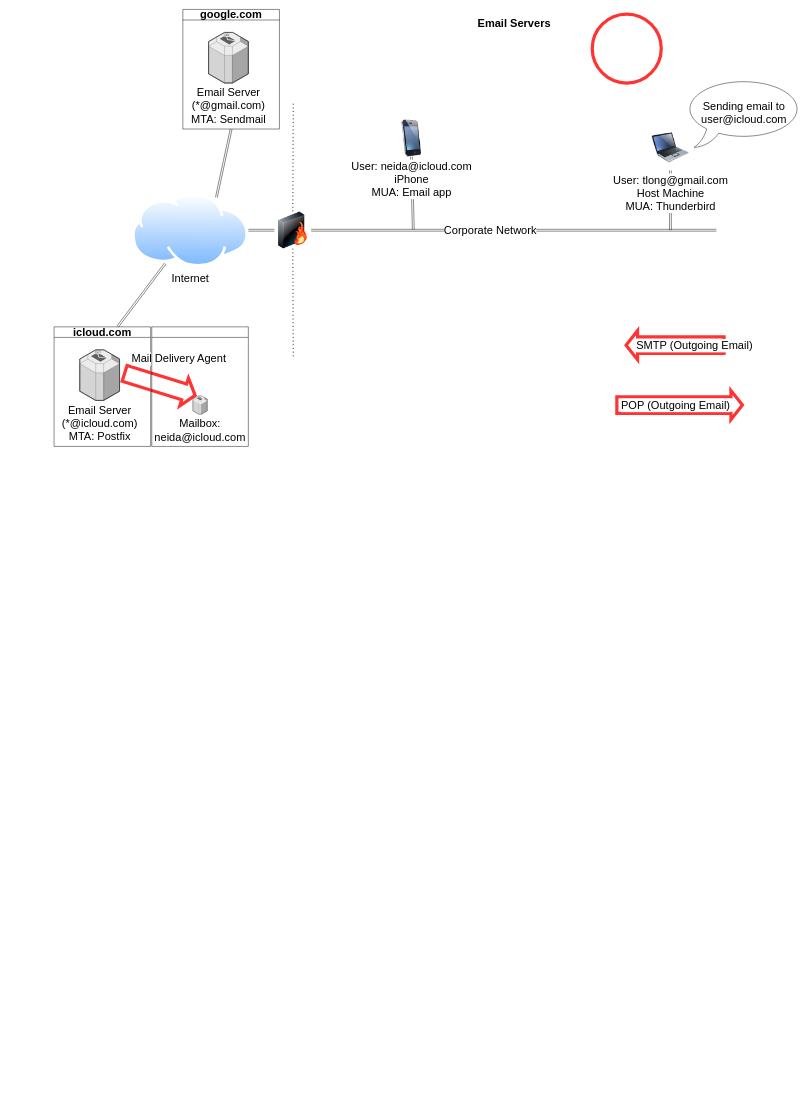
Above: General_Email_Topology.drawio in hypercoyote/tdx (draw.io), before the change. Source tidied: cells renumbered, new cells numbered last; positions are measured from the earlier drawing's top-left corner, leaving out a move shared by most shapes. Both pictures are drawn from the tidied source at 46%, with x=0, y=0 at pixel (54, 9).
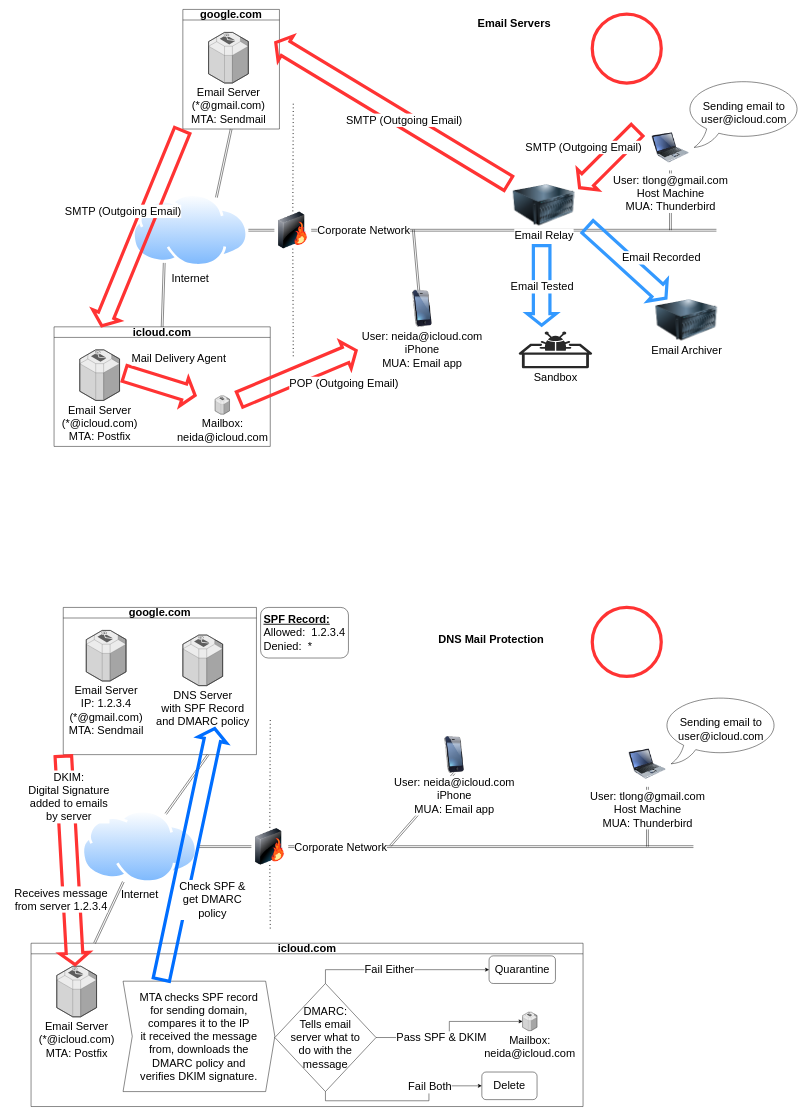
Above is the later version.

Unchanged cells that the change refers to:
```xml
<mxCell id="4" style="shape=link;html=1;rounded=0;exitX=1;exitY=0.5;exitDx=0;exitDy=0;fontSize=24;labelBackgroundColor=none;" parent="1" edge="1">
  <mxGeometry relative="1" as="geometry">
    <mxPoint x="559" y="480" as="sourcePoint" />
    <mxPoint x="1440" y="480" as="targetPoint" />
  </mxGeometry>
</mxCell>
<mxCell id="7" value="Internet" style="image;perimeter=ellipsePerimeter;html=1;align=center;shadow=0;dashed=0;spacingTop=3;image=img/lib/active_directory/internet_cloud.svg;fontSize=24;fontColor=default;labelBackgroundColor=none;" parent="1" vertex="1">
  <mxGeometry x="170" y="400.5" width="252.4" height="159" as="geometry" />
</mxCell>
<mxCell id="16" value="&lt;font style=&quot;font-size: 24px;&quot;&gt;google.com&lt;/font&gt;" style="swimlane;whiteSpace=wrap;html=1;" parent="1" vertex="1">
  <mxGeometry x="280" width="210" height="260" as="geometry" />
</mxCell>
```

Change to the diagram source:
```diff
@@
     <mxCell id="5" value="Corporate Network" style="edgeLabel;html=1;align=center;verticalAlign=middle;fontSize=24;" parent="4" vertex="1">
-      <mxGeometry x="-0.12" y="1" relative="1" as="geometry" />
+      <mxGeometry x="-0.12" y="1" relative="1" as="geometry">
+        <mxPoint x="-275" y="1" as="offset" />
+      </mxGeometry>
     </mxCell>
@@
     <mxCell id="14" style="shape=flexArrow;endArrow=classic;html=1;rounded=0;strokeColor=#FF3333;fillColor=none;strokeWidth=7;fontSize=24;width=30;" parent="1" edge="1">
       <mxGeometry relative="1" as="geometry">
-        <mxPoint x="1460" y="730" as="sourcePoint" />
-        <mxPoint x="1240" y="730" as="targetPoint" />
+        <mxPoint x="1270" y="260" as="sourcePoint" />
+        <mxPoint x="1140" y="390" as="targetPoint" />
       </mxGeometry>
     </mxCell>
     <mxCell id="15" value="SMTP (Outgoing Email)" style="edgeLabel;html=1;align=center;verticalAlign=middle;fontSize=24;" parent="14" vertex="1">
       <mxGeometry x="-0.56" y="-3" relative="1" as="geometry">
-        <mxPoint x="-21" y="3" as="offset" />
+        <mxPoint x="-89" y="13" as="offset" />
       </mxGeometry>
     </mxCell>
@@
     <mxCell id="20" value="&lt;font style=&quot;font-size: 24px;&quot;&gt;icloud.com&lt;/font&gt;" style="swimlane;whiteSpace=wrap;html=1;" parent="1" vertex="1">
-      <mxGeometry y="690" width="210" height="260" as="geometry" />
+      <mxGeometry y="690" width="470" height="260" as="geometry" />
     </mxCell>
@@
-    <mxCell id="22" style="shape=flexArrow;endArrow=classic;html=1;rounded=0;strokeColor=#FF3333;fillColor=none;strokeWidth=7;fontSize=24;width=30;entryX=0.265;entryY=0;entryDx=0;entryDy=0;entryPerimeter=0;" parent="20" edge="1" target="29">
+    <mxCell id="22" style="shape=flexArrow;endArrow=classic;html=1;rounded=0;strokeColor=#FF3333;fillColor=none;strokeWidth=7;fontSize=24;width=30;entryX=0.265;entryY=0;entryDx=0;entryDy=0;entryPerimeter=0;" parent="20" edge="1">
       <mxGeometry relative="1" as="geometry">
         <mxPoint x="150" y="100" as="sourcePoint" />
+        <mxPoint x="310" y="150" as="targetPoint" />
       </mxGeometry>
     </mxCell>
@@
+    <mxCell id="30" value="Mailbox:&lt;br&gt;neida@icloud.com" style="verticalLabelPosition=bottom;html=1;verticalAlign=top;strokeWidth=1;align=center;dashed=0;shape=mxgraph.aws3d.email_service;fillColor=#ECECEC;strokeColor=#5E5E5E;fontSize=24;" parent="20" vertex="1">
+      <mxGeometry x="350" y="150" width="31.5" height="40" as="geometry" />
+    </mxCell>
-    <mxCell id="24" style="shape=link;html=1;rounded=0;fontSize=24;labelBackgroundColor=none;entryX=0.75;entryY=0;entryDx=0;entryDy=0;" parent="1" edge="1" source="7">
-      <mxGeometry relative="1" as="geometry">
-        <mxPoint x="138" y="690" as="targetPoint" />
-      </mxGeometry>
+    <mxCell id="24" style="shape=link;html=1;rounded=0;fontSize=24;labelBackgroundColor=none;entryX=0.5;entryY=0;entryDx=0;entryDy=0;exitX=0.25;exitY=1;exitDx=0;exitDy=0;" parent="1" edge="1" source="7" target="20">
+      <mxGeometry relative="1" as="geometry" />
     </mxCell>
     <mxCell id="25" value="User: neida@icloud.com&lt;br&gt;iPhone&lt;br style=&quot;font-size: 24px;&quot;&gt;MUA: Email app" style="image;html=1;image=img/lib/clip_art/telecommunication/iPhone_128x128.png;fontSize=24;" parent="1" vertex="1">
-      <mxGeometry x="737" y="240" width="80" height="80" as="geometry" />
+      <mxGeometry x="760" y="610" width="80" height="80" as="geometry" />
     </mxCell>
+    <mxCell id="31" style="shape=flexArrow;endArrow=classic;html=1;rounded=0;strokeColor=#FF3333;fillColor=none;strokeWidth=7;fontSize=24;width=30;entryX=0.218;entryY=0.004;entryDx=0;entryDy=0;entryPerimeter=0;exitX=0;exitY=1;exitDx=0;exitDy=0;" parent="1" edge="1" source="16" target="20">
+      <mxGeometry relative="1" as="geometry" />
+    </mxCell>
+    <mxCell id="32" value="SMTP (Outgoing Email)" style="edgeLabel;html=1;align=center;verticalAlign=middle;fontSize=24;" parent="31" vertex="1">
+      <mxGeometry x="-0.56" y="-3" relative="1" as="geometry">
+        <mxPoint x="-88" y="84" as="offset" />
+      </mxGeometry>
+    </mxCell>
+    <mxCell id="33" value="Email Relay" style="image;html=1;image=img/lib/clip_art/computers/Server_128x128.png;fontSize=24;" parent="1" vertex="1">
+      <mxGeometry x="970" y="380" width="190" height="90" as="geometry" />
+    </mxCell>
+    <mxCell id="34" value="Email Archiver" style="image;html=1;image=img/lib/clip_art/computers/Server_128x128.png;fontSize=24;" parent="1" vertex="1">
+      <mxGeometry x="1280" y="630" width="190" height="90" as="geometry" />
+    </mxCell>
+    <mxCell id="35" style="shape=flexArrow;endArrow=classic;html=1;rounded=0;strokeColor=#FF3333;fillColor=none;strokeWidth=7;fontSize=24;width=30;" parent="1" edge="1" source="33">
+      <mxGeometry relative="1" as="geometry">
+        <mxPoint x="479" y="70" as="targetPoint" />
+      </mxGeometry>
+    </mxCell>
+    <mxCell id="36" value="SMTP (Outgoing Email)" style="edgeLabel;html=1;align=center;verticalAlign=middle;fontSize=24;" parent="35" vertex="1">
+      <mxGeometry x="-0.56" y="-3" relative="1" as="geometry">
+        <mxPoint x="-119" y="-69" as="offset" />
+      </mxGeometry>
+    </mxCell>
+    <mxCell id="37" style="shape=flexArrow;endArrow=classic;html=1;rounded=0;strokeColor=#3399FF;fillColor=none;strokeWidth=7;fontSize=24;width=30;" parent="1" edge="1">
+      <mxGeometry relative="1" as="geometry">
+        <mxPoint x="1157.2" y="470" as="sourcePoint" />
+        <mxPoint x="1332.8" y="630" as="targetPoint" />
+      </mxGeometry>
+    </mxCell>
+    <mxCell id="38" value="Email Recorded" style="edgeLabel;html=1;align=center;verticalAlign=middle;fontSize=24;" parent="37" vertex="1">
+      <mxGeometry x="-0.56" y="-3" relative="1" as="geometry">
+        <mxPoint x="126" y="32" as="offset" />
+      </mxGeometry>
+    </mxCell>
+    <mxCell id="39" value="Sandbox" style="verticalLabelPosition=bottom;sketch=0;html=1;fillColor=#282828;strokeColor=none;verticalAlign=top;align=center;shape=mxgraph.cisco_safe.security_icons.malware_sandbox;fontSize=24;" parent="1" vertex="1">
+      <mxGeometry x="1010" y="700" width="160" height="80" as="geometry" />
+    </mxCell>
+    <mxCell id="40" style="shape=flexArrow;endArrow=classic;html=1;rounded=0;strokeColor=#3399FF;fillColor=none;strokeWidth=7;fontSize=24;width=30;" parent="1" edge="1">
+      <mxGeometry relative="1" as="geometry">
+        <mxPoint x="1060" y="510" as="sourcePoint" />
+        <mxPoint x="1060" y="690" as="targetPoint" />
+      </mxGeometry>
+    </mxCell>
+    <mxCell id="41" value="Email Tested" style="edgeLabel;html=1;align=center;verticalAlign=middle;fontSize=24;" parent="40" vertex="1">
+      <mxGeometry x="-0.56" y="-3" relative="1" as="geometry">
+        <mxPoint x="3" y="52" as="offset" />
+      </mxGeometry>
+    </mxCell>
+    <mxCell id="42" style="shape=link;html=1;rounded=0;fontSize=24;labelBackgroundColor=none;entryX=0.444;entryY=-0.015;entryDx=0;entryDy=0;entryPerimeter=0;exitX=0.5;exitY=1;exitDx=0;exitDy=0;" parent="1" edge="1" source="71">
+      <mxGeometry relative="1" as="geometry">
+        <mxPoint x="731" y="1818.5" as="targetPoint" />
+      </mxGeometry>
+    </mxCell>
+    <mxCell id="43" style="shape=link;html=1;rounded=0;exitX=0.5;exitY=1;exitDx=0;exitDy=0;fontSize=24;labelBackgroundColor=none;" parent="1" edge="1" source="49">
+      <mxGeometry relative="1" as="geometry">
+        <mxPoint x="1290" y="1820" as="targetPoint" />
+      </mxGeometry>
+    </mxCell>
+    <mxCell id="44" style="shape=link;html=1;rounded=0;exitX=1;exitY=0.5;exitDx=0;exitDy=0;fontSize=24;labelBackgroundColor=none;" parent="1" edge="1">
+      <mxGeometry relative="1" as="geometry">
+        <mxPoint x="509" y="1820" as="sourcePoint" />
+        <mxPoint x="1390" y="1820" as="targetPoint" />
+      </mxGeometry>
+    </mxCell>
+    <mxCell id="45" value="Corporate Network" style="edgeLabel;html=1;align=center;verticalAlign=middle;fontSize=24;" parent="44" vertex="1">
+      <mxGeometry x="-0.12" y="1" relative="1" as="geometry">
+        <mxPoint x="-275" y="1" as="offset" />
+      </mxGeometry>
+    </mxCell>
+    <mxCell id="46" value="DNS Mail Protection" style="text;strokeColor=none;fillColor=none;html=1;fontSize=24;fontStyle=1;verticalAlign=middle;align=center;fontColor=default;labelBackgroundColor=none;" parent="1" vertex="1">
+      <mxGeometry x="519" y="1350" width="861" height="40" as="geometry" />
+    </mxCell>
+    <mxCell id="47" value="Internet" style="image;perimeter=ellipsePerimeter;html=1;align=center;shadow=0;dashed=0;spacingTop=3;image=img/lib/active_directory/internet_cloud.svg;fontSize=24;fontColor=default;labelBackgroundColor=none;" parent="1" vertex="1">
+      <mxGeometry x="60" y="1740.5" width="252.4" height="159" as="geometry" />
+    </mxCell>
+    <mxCell id="48" style="endArrow=none;dashed=1;html=1;dashPattern=1 3;strokeWidth=2;rounded=0;fontSize=24;fontColor=default;labelBackgroundColor=none;" parent="1" edge="1">
+      <mxGeometry relative="1" as="geometry">
+        <mxPoint x="469.1" y="1860" as="sourcePoint" />
+        <mxPoint x="470" y="2000" as="targetPoint" />
+      </mxGeometry>
+    </mxCell>
+    <mxCell id="49" value="User: tlong@gmail.com&lt;br&gt;Host Machine&lt;br&gt;MUA: Thunderbird" style="image;html=1;image=img/lib/clip_art/computers/Laptop_128x128.png;fontSize=24;labelBackgroundColor=default;" parent="1" vertex="1">
+      <mxGeometry x="1250" y="1590" width="80" height="100" as="geometry" />
+    </mxCell>
+    <mxCell id="50" style="shape=link;html=1;rounded=0;exitX=1;exitY=0.5;exitDx=0;exitDy=0;entryX=0;entryY=0.5;entryDx=0;entryDy=0;fontSize=24;labelBackgroundColor=none;" parent="1" edge="1" source="47">
+      <mxGeometry relative="1" as="geometry">
+        <mxPoint x="429" y="1820" as="targetPoint" />
+      </mxGeometry>
+    </mxCell>
+    <mxCell id="51" style="endArrow=none;dashed=1;html=1;dashPattern=1 3;strokeWidth=2;rounded=0;fontSize=24;fontColor=default;labelBackgroundColor=none;" parent="1" edge="1">
+      <mxGeometry relative="1" as="geometry">
+        <mxPoint x="470" y="1545" as="sourcePoint" />
+        <mxPoint x="469.1" y="1780" as="targetPoint" />
+      </mxGeometry>
+    </mxCell>
+    <mxCell id="52" style="image;html=1;image=img/lib/clip_art/networking/Firewall-page1_128x128.png;" parent="1" vertex="1">
+      <mxGeometry x="429" y="1780" width="80" height="80" as="geometry" />
+    </mxCell>
+    <mxCell id="53" style="ellipse;whiteSpace=wrap;html=1;strokeColor=#FF3333;fillColor=none;strokeWidth=7;" parent="1" vertex="1">
+      <mxGeometry x="1170" y="1300" width="150" height="150" as="geometry" />
+    </mxCell>
+    <mxCell id="54" style="shape=link;html=1;rounded=0;fontSize=24;labelBackgroundColor=none;exitX=0.5;exitY=1;exitDx=0;exitDy=0;entryX=0.75;entryY=0;entryDx=0;entryDy=0;" parent="1" edge="1" target="47">
+      <mxGeometry relative="1" as="geometry">
+        <mxPoint x="335" y="1620" as="sourcePoint" />
+      </mxGeometry>
+    </mxCell>
+    <mxCell id="55" value="&lt;span style=&quot;font-size: 24px;&quot;&gt;Sending email to user@icloud.com&lt;/span&gt;" style="whiteSpace=wrap;html=1;shape=mxgraph.basic.oval_callout;" parent="1" vertex="1">
+      <mxGeometry x="1320" y="1490" width="260" height="150" as="geometry" />
+    </mxCell>
+    <mxCell id="56" value="&lt;font style=&quot;font-size: 24px;&quot;&gt;icloud.com&lt;/font&gt;" style="swimlane;whiteSpace=wrap;html=1;" parent="1" vertex="1">
+      <mxGeometry x="-50" y="2030" width="1200" height="355" as="geometry" />
+    </mxCell>
+    <mxCell id="57" value="Email Server&lt;br&gt;(*@icloud.com)&lt;br&gt;MTA: Postfix" style="verticalLabelPosition=bottom;html=1;verticalAlign=top;strokeWidth=1;align=center;outlineConnect=0;dashed=0;outlineConnect=0;shape=mxgraph.aws3d.email_service;fillColor=#ECECEC;strokeColor=#5E5E5E;fontSize=24;" parent="56" vertex="1">
+      <mxGeometry x="55.9" y="50" width="86.5" height="110" as="geometry" />
+    </mxCell>
+    <mxCell id="58" value="&lt;font style=&quot;font-size: 24px;&quot;&gt;&lt;br&gt;&lt;/font&gt;" style="text;html=1;align=center;verticalAlign=middle;strokeColor=none;fillColor=none;" parent="56" vertex="1">
+      <mxGeometry x="310" y="170" width="20" height="40" as="geometry" />
+    </mxCell>
+    <mxCell id="59" value="MTA checks SPF record&lt;br style=&quot;border-color: var(--border-color); font-size: 24px;&quot;&gt;&lt;span style=&quot;font-size: 24px;&quot;&gt;for sending domain,&lt;/span&gt;&lt;br style=&quot;border-color: var(--border-color); font-size: 24px;&quot;&gt;&lt;span style=&quot;font-size: 24px;&quot;&gt;compares it to the IP&lt;/span&gt;&lt;br style=&quot;border-color: var(--border-color); font-size: 24px;&quot;&gt;&lt;span style=&quot;font-size: 24px;&quot;&gt;it received the message&lt;/span&gt;&lt;br style=&quot;border-color: var(--border-color); font-size: 24px;&quot;&gt;&lt;span style=&quot;font-size: 24px;&quot;&gt;from, downloads the&lt;br&gt;DMARC policy and &lt;br&gt;verifies&amp;nbsp;&lt;/span&gt;&lt;span style=&quot;font-size: 24px;&quot;&gt;DKIM signature.&lt;/span&gt;" style="shape=step;perimeter=stepPerimeter;whiteSpace=wrap;html=1;fixedSize=1;fontSize=24;" parent="56" vertex="1">
+      <mxGeometry x="200" y="82.5" width="330" height="240" as="geometry" />
+    </mxCell>
+    <mxCell id="60" style="edgeStyle=orthogonalEdgeStyle;rounded=0;jettySize=auto;html=1;exitX=0.5;exitY=0;exitDx=0;exitDy=0;entryX=0;entryY=0.5;entryDx=0;entryDy=0;" parent="56" edge="1" source="66" target="68">
+      <mxGeometry relative="1" as="geometry" />
+    </mxCell>
+    <mxCell id="61" value="&lt;font style=&quot;font-size: 24px;&quot;&gt;Fail Either&lt;/font&gt;" style="edgeLabel;html=1;align=center;verticalAlign=middle;" parent="60" vertex="1">
+      <mxGeometry x="-0.13" relative="1" as="geometry" />
+    </mxCell>
+    <mxCell id="62" style="edgeStyle=orthogonalEdgeStyle;rounded=0;jettySize=auto;html=1;exitX=0.5;exitY=1;exitDx=0;exitDy=0;entryX=0;entryY=0.5;entryDx=0;entryDy=0;fontSize=24;" parent="56" edge="1" source="66" target="69">
+      <mxGeometry relative="1" as="geometry" />
+    </mxCell>
+    <mxCell id="63" value="&lt;font style=&quot;font-size: 24px;&quot;&gt;Fail Both&lt;/font&gt;" style="edgeLabel;html=1;align=center;verticalAlign=middle;" parent="62" vertex="1">
+      <mxGeometry x="0.42" y="-1" relative="1" as="geometry" />
+    </mxCell>
+    <mxCell id="64" style="edgeStyle=orthogonalEdgeStyle;rounded=0;jettySize=auto;html=1;exitX=1;exitY=0.5;exitDx=0;exitDy=0;fontSize=24;" parent="56" edge="1" source="66" target="67">
+      <mxGeometry relative="1" as="geometry" />
+    </mxCell>
+    <mxCell id="65" value="&lt;font style=&quot;font-size: 24px;&quot;&gt;Pass SPF &amp;amp; DKIM&lt;/font&gt;" style="edgeLabel;html=1;align=center;verticalAlign=middle;" parent="64" vertex="1">
+      <mxGeometry x="-0.2" relative="1" as="geometry" />
+    </mxCell>
+    <mxCell id="66" value="&lt;font style=&quot;font-size: 24px;&quot;&gt;DMARC: &lt;br&gt;Tells email&lt;br style=&quot;border-color: var(--border-color);&quot;&gt;&lt;span style=&quot;border-color: var(--border-color);&quot;&gt;server what to &lt;br&gt;do&amp;nbsp;&lt;/span&gt;&lt;span style=&quot;border-color: var(--border-color);&quot;&gt;with the message&lt;/span&gt;&lt;/font&gt;" style="rhombus;whiteSpace=wrap;html=1;" parent="56" vertex="1">
+      <mxGeometry x="530" y="87.5" width="220" height="235" as="geometry" />
+    </mxCell>
+    <mxCell id="67" value="Mailbox:&lt;br&gt;neida@icloud.com" style="verticalLabelPosition=bottom;html=1;verticalAlign=top;strokeWidth=1;align=center;outlineConnect=0;dashed=0;outlineConnect=0;shape=mxgraph.aws3d.email_service;fillColor=#ECECEC;strokeColor=#5E5E5E;fontSize=24;" parent="56" vertex="1">
+      <mxGeometry x="1068.5" y="150" width="31.5" height="40" as="geometry" />
+    </mxCell>
+    <mxCell id="68" value="Quarantine" style="rounded=1;whiteSpace=wrap;html=1;fontSize=24;" parent="56" vertex="1">
+      <mxGeometry x="995.7" y="27.5" width="144.3" height="60" as="geometry" />
+    </mxCell>
+    <mxCell id="69" value="Delete" style="rounded=1;whiteSpace=wrap;html=1;fontSize=24;" parent="56" vertex="1">
+      <mxGeometry x="980" y="280" width="120" height="60" as="geometry" />
+    </mxCell>
+    <mxCell id="70" style="shape=link;html=1;rounded=0;fontSize=24;labelBackgroundColor=none;entryX=0.75;entryY=0;entryDx=0;entryDy=0;" parent="1" edge="1" source="47">
+      <mxGeometry relative="1" as="geometry">
+        <mxPoint x="88" y="2030" as="targetPoint" />
+      </mxGeometry>
+    </mxCell>
+    <mxCell id="71" value="User: neida@icloud.com&lt;br&gt;iPhone&lt;br style=&quot;font-size: 24px;&quot;&gt;MUA: Email app" style="image;html=1;image=img/lib/clip_art/telecommunication/iPhone_128x128.png;fontSize=24;" parent="1" vertex="1">
+      <mxGeometry x="830" y="1580" width="80" height="80" as="geometry" />
+    </mxCell>
+    <mxCell id="72" value="&lt;font style=&quot;font-size: 24px;&quot;&gt;google.com&lt;/font&gt;" style="swimlane;whiteSpace=wrap;html=1;" parent="1" vertex="1">
+      <mxGeometry x="20" y="1300" width="420" height="320" as="geometry" />
+    </mxCell>
+    <mxCell id="73" value="Email Server&lt;br&gt;IP: 1.2.3.4&lt;br&gt;(*@gmail.com)&lt;br&gt;MTA: Sendmail" style="verticalLabelPosition=bottom;html=1;verticalAlign=top;strokeWidth=1;align=center;dashed=0;shape=mxgraph.aws3d.email_service;fillColor=#ECECEC;strokeColor=#5E5E5E;fontSize=24;" parent="72" vertex="1">
+      <mxGeometry x="50" y="50" width="86.5" height="110" as="geometry" />
+    </mxCell>
+    <mxCell id="74" value="DNS Server&lt;br&gt;with SPF Record&lt;br&gt;and DMARC policy" style="verticalLabelPosition=bottom;html=1;verticalAlign=top;strokeWidth=1;align=center;dashed=0;shape=mxgraph.aws3d.email_service;fillColor=#ECECEC;strokeColor=#5E5E5E;fontSize=24;" parent="72" vertex="1">
+      <mxGeometry x="260" y="60" width="86.5" height="110" as="geometry" />
+    </mxCell>
+    <mxCell id="75" style="shape=flexArrow;endArrow=classic;html=1;rounded=0;strokeColor=#FF3333;fillColor=none;strokeWidth=7;fontSize=24;width=30;exitX=0;exitY=1;exitDx=0;exitDy=0;" parent="1" edge="1" source="72" target="57">
+      <mxGeometry relative="1" as="geometry" />
+    </mxCell>
+    <mxCell id="76" value="DKIM:&lt;br&gt;Digital Signature&lt;br&gt;added to emails&lt;br&gt;by server" style="edgeLabel;html=1;align=center;verticalAlign=middle;fontSize=24;" parent="75" vertex="1">
+      <mxGeometry x="-0.56" y="-3" relative="1" as="geometry">
+        <mxPoint x="9" y="-10" as="offset" />
+      </mxGeometry>
+    </mxCell>
+    <mxCell id="77" value="&lt;font style=&quot;font-size: 24px;&quot;&gt;Receives message&lt;br&gt;from server 1.2.3.4&lt;br&gt;&lt;/font&gt;" style="text;html=1;align=center;verticalAlign=middle;strokeColor=none;fillColor=none;labelBackgroundColor=default;" parent="1" vertex="1">
+      <mxGeometry x="-100" y="1899.5" width="230" height="70" as="geometry" />
+    </mxCell>
+    <mxCell id="78" style="shape=flexArrow;endArrow=classic;html=1;rounded=0;strokeColor=#006eff;fillColor=none;strokeWidth=7;fontSize=24;width=30;exitX=0.25;exitY=0;exitDx=0;exitDy=0;" parent="1" edge="1" source="59">
+      <mxGeometry relative="1" as="geometry">
+        <mxPoint x="350" y="1560" as="targetPoint" />
+      </mxGeometry>
+    </mxCell>
+    <mxCell id="79" value="Check SPF &amp;amp; &lt;br&gt;get DMARC&lt;br&gt;policy" style="edgeLabel;html=1;align=center;verticalAlign=middle;fontSize=24;" parent="78" vertex="1">
+      <mxGeometry x="-0.56" y="-3" relative="1" as="geometry">
+        <mxPoint x="82" y="-56" as="offset" />
+      </mxGeometry>
+    </mxCell>
     <mxCell id="26" style="shape=flexArrow;endArrow=classic;html=1;rounded=0;strokeColor=#FF3333;fillColor=none;strokeWidth=7;fontSize=24;width=30;" parent="1" edge="1">
       <mxGeometry relative="1" as="geometry">
-        <mxPoint x="1220" y="860" as="sourcePoint" />
-        <mxPoint x="1500" y="860" as="targetPoint" />
+        <mxPoint x="400" y="849.5" as="sourcePoint" />
+        <mxPoint x="660" y="740" as="targetPoint" />
       </mxGeometry>
     </mxCell>
     <mxCell id="27" value="POP (Outgoing Email)" style="edgeLabel;html=1;align=center;verticalAlign=middle;fontSize=24;" parent="26" vertex="1">
       <mxGeometry x="-0.56" y="-3" relative="1" as="geometry">
-        <mxPoint x="68" y="-3" as="offset" />
+        <mxPoint x="171" y="-16" as="offset" />
       </mxGeometry>
     </mxCell>
-    <mxCell id="28" style="swimlane;whiteSpace=wrap;html=1;" parent="1" vertex="1">
-      <mxGeometry x="212.4" y="690" width="210" height="260" as="geometry" />
-    </mxCell>
-    <mxCell id="29" value="Mailbox:&lt;br&gt;neida@icloud.com" style="verticalLabelPosition=bottom;html=1;verticalAlign=top;strokeWidth=1;align=center;outlineConnect=0;dashed=0;outlineConnect=0;shape=mxgraph.aws3d.email_service;fillColor=#ECECEC;strokeColor=#5E5E5E;fontSize=24;" parent="28" vertex="1">
-      <mxGeometry x="89.3" y="150" width="31.5" height="40" as="geometry" />
-    </mxCell>
+    <mxCell id="80" value="&lt;div style=&quot;text-align: left;&quot;&gt;&lt;span style=&quot;font-size: 24px; background-color: initial;&quot;&gt;&lt;b&gt;&lt;u&gt;SPF Record:&lt;/u&gt;&lt;/b&gt;&lt;/span&gt;&lt;/div&gt;&lt;font style=&quot;font-size: 24px;&quot;&gt;&lt;div style=&quot;text-align: left;&quot;&gt;&lt;span style=&quot;background-color: initial;&quot;&gt;Allowed:&amp;nbsp; 1.2.3.4&lt;/span&gt;&lt;/div&gt;&lt;div style=&quot;text-align: left;&quot;&gt;&lt;span style=&quot;background-color: initial;&quot;&gt;Denied:&amp;nbsp; *&lt;/span&gt;&lt;/div&gt;&lt;/font&gt;" style="rounded=1;whiteSpace=wrap;html=1;" parent="1" vertex="1">
+      <mxGeometry x="449" y="1300" width="191" height="110" as="geometry" />
+    </mxCell>
```
